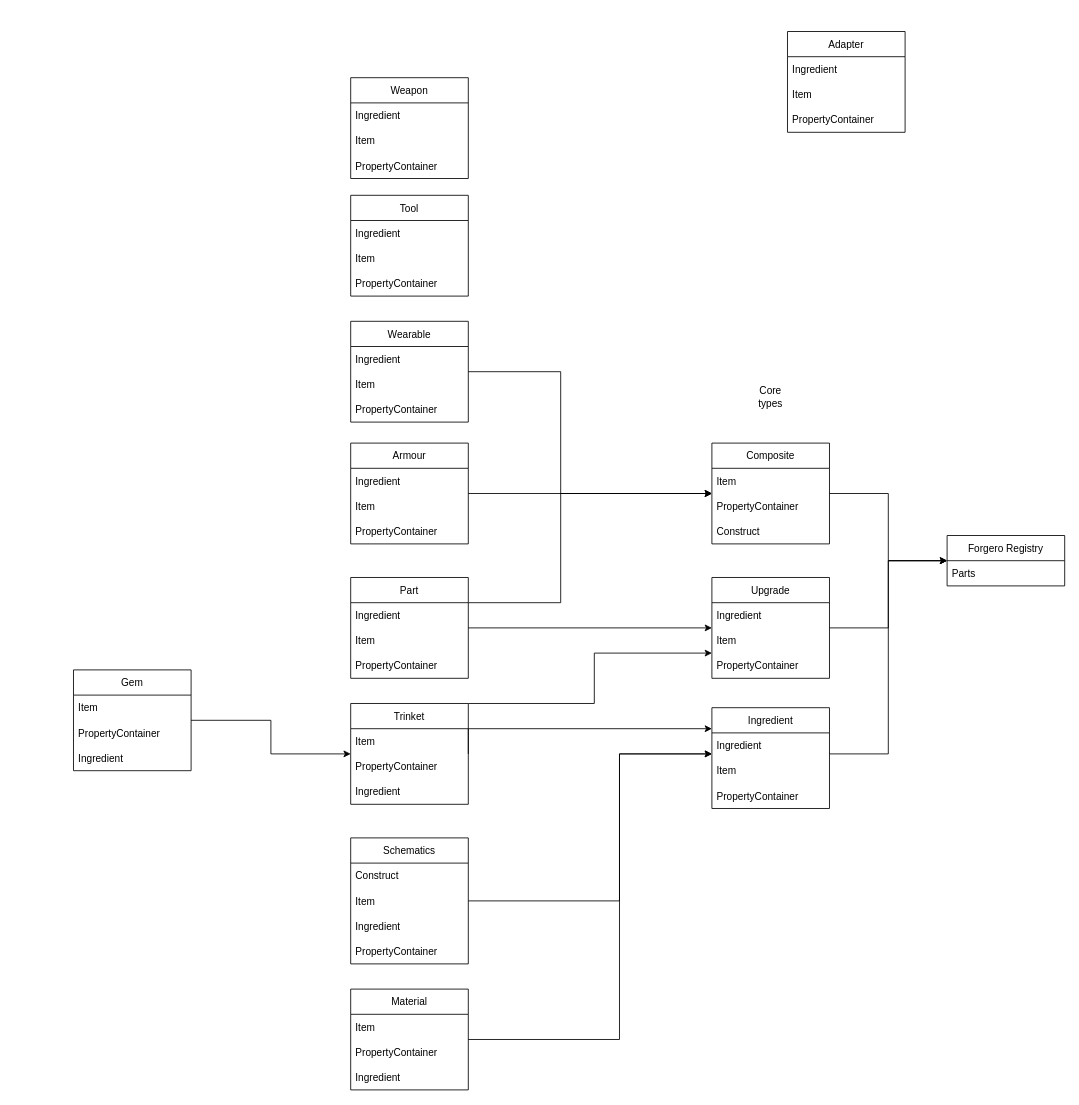
This is assets/Untitled Diagram.drawio from SigmundGranaas/forgero, a draw.io file, before an edit. Source tidied: cells renumbered, new cells numbered last; positions are measured from the earlier drawing's top-left corner, leaving out a move shared by most shapes. Both pictures are drawn from the tidied source at 84%, with x=0, y=0 at pixel (73, 31).
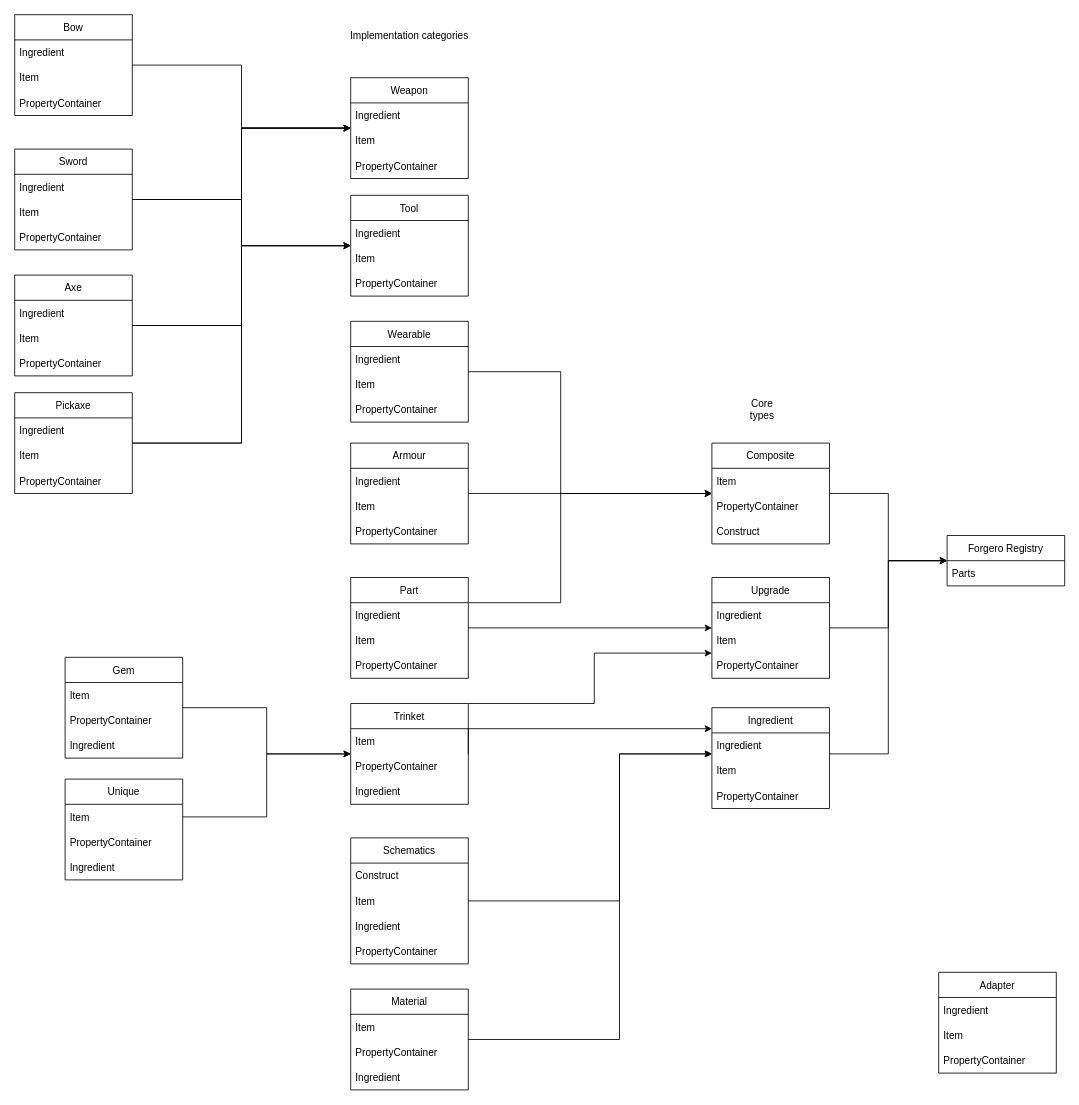
The same page after the edit.

The change refers to these unchanged cells:
```xml
<mxCell id="37" value="Trinket" style="swimlane;fontStyle=0;horizontal=1;startSize=30;" parent="1" vertex="1">
  <mxGeometry x="330" y="800" width="140" height="120" as="geometry" />
</mxCell>
<mxCell id="46" value="Weapon" style="swimlane;fontStyle=0;horizontal=1;startSize=30;" parent="1" vertex="1">
  <mxGeometry x="330" y="55" width="140" height="120" as="geometry" />
</mxCell>
<mxCell id="50" value="Tool" style="swimlane;fontStyle=0;horizontal=1;startSize=30;" parent="1" vertex="1">
  <mxGeometry x="330" y="195" width="140" height="120" as="geometry" />
</mxCell>
```

Change to the diagram source:
```diff
@@
     <mxCell id="42" value="Gem" style="swimlane;fontStyle=0;horizontal=1;startSize=30;" parent="1" vertex="1">
-      <mxGeometry y="760" width="140" height="120" as="geometry" />
+      <mxGeometry x="-10" y="745" width="140" height="120" as="geometry" />
     </mxCell>
@@
     <mxCell id="64" value="Core types" style="text;html=1;strokeColor=none;fillColor=none;align=center;verticalAlign=middle;whiteSpace=wrap;rounded=0;" parent="1" vertex="1">
-      <mxGeometry x="800" y="420" width="60" height="30" as="geometry" />
+      <mxGeometry x="790" y="435" width="60" height="30" as="geometry" />
     </mxCell>
@@
     <mxCell id="66" value="Adapter" style="swimlane;fontStyle=0;horizontal=1;startSize=30;" parent="1" vertex="1">
-      <mxGeometry x="850" width="140" height="120" as="geometry" />
+      <mxGeometry x="1030" y="1120" width="140" height="120" as="geometry" />
     </mxCell>
@@
+    <mxCell id="70" value="Unique" style="swimlane;fontStyle=0;horizontal=1;startSize=30;" parent="1" vertex="1">
+      <mxGeometry x="-10" y="890" width="140" height="120" as="geometry" />
+    </mxCell>
+    <mxCell id="71" value="Item" style="text;strokeColor=none;fillColor=none;align=left;verticalAlign=middle;spacingLeft=4;spacingRight=4;overflow=hidden;points=[[0,0.5],[1,0.5]];portConstraint=eastwest;" parent="70" vertex="1">
+      <mxGeometry y="30" width="140" height="30" as="geometry" />
+    </mxCell>
+    <mxCell id="72" value="PropertyContainer" style="text;strokeColor=none;fillColor=none;align=left;verticalAlign=middle;spacingLeft=4;spacingRight=4;overflow=hidden;" parent="70" vertex="1">
+      <mxGeometry y="60" width="140" height="30" as="geometry" />
+    </mxCell>
+    <mxCell id="73" value="Ingredient" style="text;strokeColor=none;fillColor=none;align=left;verticalAlign=middle;spacingLeft=4;spacingRight=4;overflow=hidden;" parent="70" vertex="1">
+      <mxGeometry y="90" width="140" height="30" as="geometry" />
+    </mxCell>
+    <mxCell id="74" style="edgeStyle=orthogonalEdgeStyle;rounded=0;jettySize=auto;html=1;" parent="1" edge="1" source="71" target="37">
+      <mxGeometry relative="1" as="geometry" />
+    </mxCell>
+    <mxCell id="75" style="edgeStyle=orthogonalEdgeStyle;rounded=0;jettySize=auto;html=1;" parent="1" edge="1" source="76" target="46">
+      <mxGeometry relative="1" as="geometry" />
+    </mxCell>
+    <mxCell id="76" value="Bow" style="swimlane;fontStyle=0;horizontal=1;startSize=30;" parent="1" vertex="1">
+      <mxGeometry x="-70" y="-20" width="140" height="120" as="geometry" />
+    </mxCell>
+    <mxCell id="77" value="Ingredient" style="text;strokeColor=none;fillColor=none;align=left;verticalAlign=middle;spacingLeft=4;spacingRight=4;overflow=hidden;" parent="76" vertex="1">
+      <mxGeometry y="30" width="140" height="30" as="geometry" />
+    </mxCell>
+    <mxCell id="78" value="Item" style="text;strokeColor=none;fillColor=none;align=left;verticalAlign=middle;spacingLeft=4;spacingRight=4;overflow=hidden;" parent="76" vertex="1">
+      <mxGeometry y="60" width="140" height="30" as="geometry" />
+    </mxCell>
+    <mxCell id="79" value="PropertyContainer" style="text;strokeColor=none;fillColor=none;align=left;verticalAlign=middle;spacingLeft=4;spacingRight=4;overflow=hidden;" parent="76" vertex="1">
+      <mxGeometry y="90" width="140" height="30" as="geometry" />
+    </mxCell>
+    <mxCell id="80" style="edgeStyle=orthogonalEdgeStyle;rounded=0;jettySize=auto;html=1;" parent="1" edge="1" source="82" target="46">
+      <mxGeometry relative="1" as="geometry" />
+    </mxCell>
+    <mxCell id="81" style="edgeStyle=orthogonalEdgeStyle;rounded=0;jettySize=auto;html=1;" parent="1" edge="1" source="82" target="50">
+      <mxGeometry relative="1" as="geometry" />
+    </mxCell>
+    <mxCell id="82" value="Sword" style="swimlane;fontStyle=0;horizontal=1;startSize=30;" parent="1" vertex="1">
+      <mxGeometry x="-70" y="140" width="140" height="120" as="geometry" />
+    </mxCell>
+    <mxCell id="83" value="Ingredient" style="text;strokeColor=none;fillColor=none;align=left;verticalAlign=middle;spacingLeft=4;spacingRight=4;overflow=hidden;" parent="82" vertex="1">
+      <mxGeometry y="30" width="140" height="30" as="geometry" />
+    </mxCell>
+    <mxCell id="84" value="Item" style="text;strokeColor=none;fillColor=none;align=left;verticalAlign=middle;spacingLeft=4;spacingRight=4;overflow=hidden;" parent="82" vertex="1">
+      <mxGeometry y="60" width="140" height="30" as="geometry" />
+    </mxCell>
+    <mxCell id="85" value="PropertyContainer" style="text;strokeColor=none;fillColor=none;align=left;verticalAlign=middle;spacingLeft=4;spacingRight=4;overflow=hidden;" parent="82" vertex="1">
+      <mxGeometry y="90" width="140" height="30" as="geometry" />
+    </mxCell>
+    <mxCell id="86" style="edgeStyle=orthogonalEdgeStyle;rounded=0;jettySize=auto;html=1;" parent="1" edge="1" source="88" target="46">
+      <mxGeometry relative="1" as="geometry">
+        <Array as="points">
+          <mxPoint x="200" y="350" />
+          <mxPoint x="200" y="115" />
+        </Array>
+      </mxGeometry>
+    </mxCell>
+    <mxCell id="87" style="edgeStyle=orthogonalEdgeStyle;rounded=0;jettySize=auto;html=1;" parent="1" edge="1" source="88" target="50">
+      <mxGeometry relative="1" as="geometry" />
+    </mxCell>
+    <mxCell id="88" value="Axe" style="swimlane;fontStyle=0;horizontal=1;startSize=30;" parent="1" vertex="1">
+      <mxGeometry x="-70" y="290" width="140" height="120" as="geometry" />
+    </mxCell>
+    <mxCell id="89" value="Ingredient" style="text;strokeColor=none;fillColor=none;align=left;verticalAlign=middle;spacingLeft=4;spacingRight=4;overflow=hidden;" parent="88" vertex="1">
+      <mxGeometry y="30" width="140" height="30" as="geometry" />
+    </mxCell>
+    <mxCell id="90" value="Item" style="text;strokeColor=none;fillColor=none;align=left;verticalAlign=middle;spacingLeft=4;spacingRight=4;overflow=hidden;" parent="88" vertex="1">
+      <mxGeometry y="60" width="140" height="30" as="geometry" />
+    </mxCell>
+    <mxCell id="91" value="PropertyContainer" style="text;strokeColor=none;fillColor=none;align=left;verticalAlign=middle;spacingLeft=4;spacingRight=4;overflow=hidden;" parent="88" vertex="1">
+      <mxGeometry y="90" width="140" height="30" as="geometry" />
+    </mxCell>
+    <mxCell id="92" style="edgeStyle=orthogonalEdgeStyle;rounded=0;jettySize=auto;html=1;" parent="1" edge="1" source="94" target="46">
+      <mxGeometry relative="1" as="geometry">
+        <Array as="points">
+          <mxPoint x="200" y="490" />
+          <mxPoint x="200" y="115" />
+        </Array>
+      </mxGeometry>
+    </mxCell>
+    <mxCell id="93" style="edgeStyle=orthogonalEdgeStyle;rounded=0;jettySize=auto;html=1;" parent="1" edge="1" source="94" target="50">
+      <mxGeometry relative="1" as="geometry">
+        <Array as="points">
+          <mxPoint x="200" y="490" />
+          <mxPoint x="200" y="255" />
+        </Array>
+      </mxGeometry>
+    </mxCell>
+    <mxCell id="94" value="Pickaxe" style="swimlane;fontStyle=0;horizontal=1;startSize=30;" parent="1" vertex="1">
+      <mxGeometry x="-70" y="430" width="140" height="120" as="geometry" />
+    </mxCell>
+    <mxCell id="95" value="Ingredient" style="text;strokeColor=none;fillColor=none;align=left;verticalAlign=middle;spacingLeft=4;spacingRight=4;overflow=hidden;" parent="94" vertex="1">
+      <mxGeometry y="30" width="140" height="30" as="geometry" />
+    </mxCell>
+    <mxCell id="96" value="Item" style="text;strokeColor=none;fillColor=none;align=left;verticalAlign=middle;spacingLeft=4;spacingRight=4;overflow=hidden;" parent="94" vertex="1">
+      <mxGeometry y="60" width="140" height="30" as="geometry" />
+    </mxCell>
+    <mxCell id="97" value="PropertyContainer" style="text;strokeColor=none;fillColor=none;align=left;verticalAlign=middle;spacingLeft=4;spacingRight=4;overflow=hidden;" parent="94" vertex="1">
+      <mxGeometry y="90" width="140" height="30" as="geometry" />
+    </mxCell>
+    <mxCell id="98" value="Implementation categories" style="text;html=1;strokeColor=none;fillColor=none;align=center;verticalAlign=middle;whiteSpace=wrap;rounded=0;" parent="1" vertex="1">
+      <mxGeometry x="320" y="-10" width="160" height="30" as="geometry" />
+    </mxCell>
```
